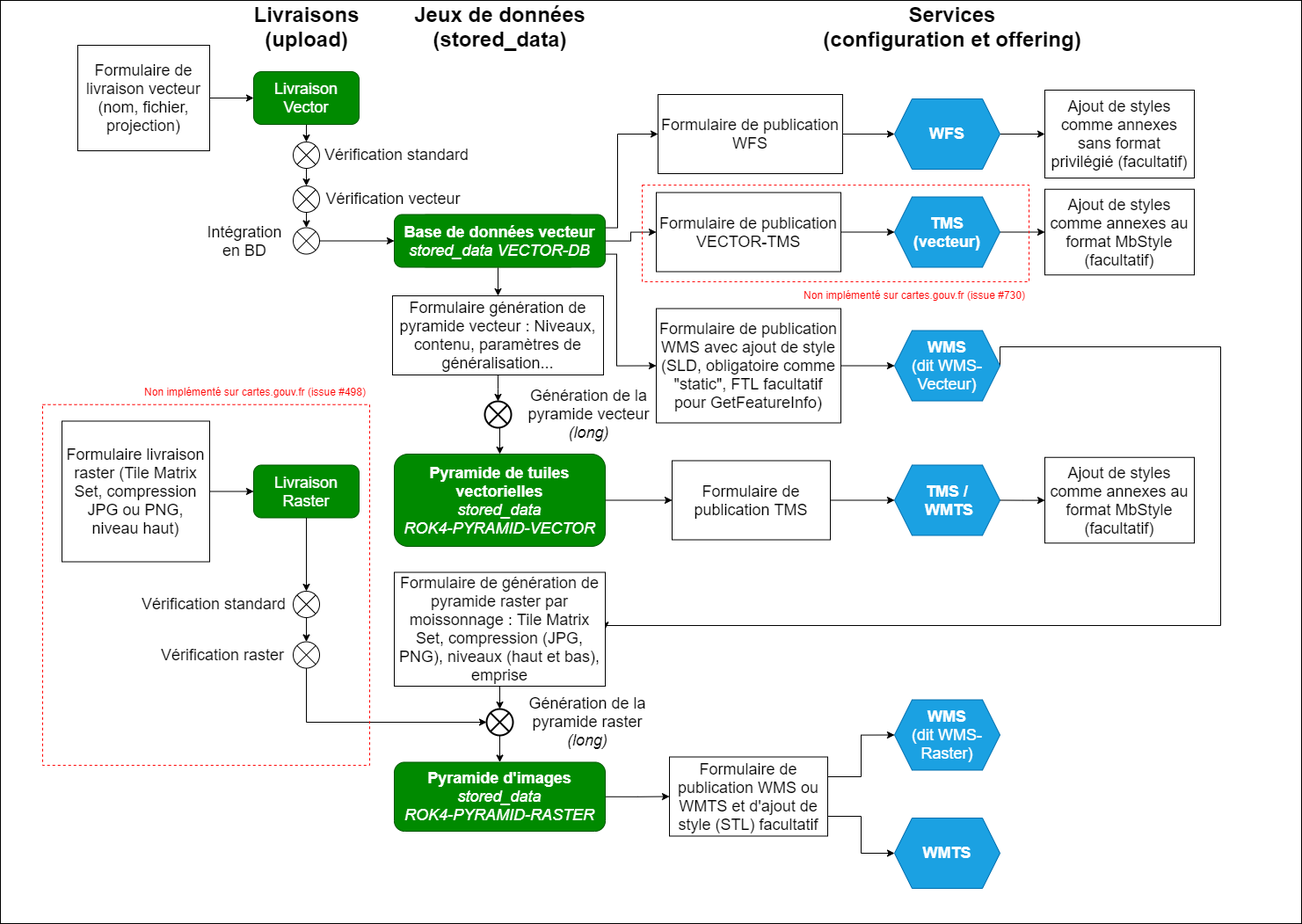
This is docs/developer/schema-diffusion-tous-types.drawio.png from IGNF/cartes.gouv.fr, a draw.io export, as it was before one commit. Source tidied: cells renumbered, new cells last; positions are measured from the earlier drawing's top-left corner, leaving out a move shared by most shapes.
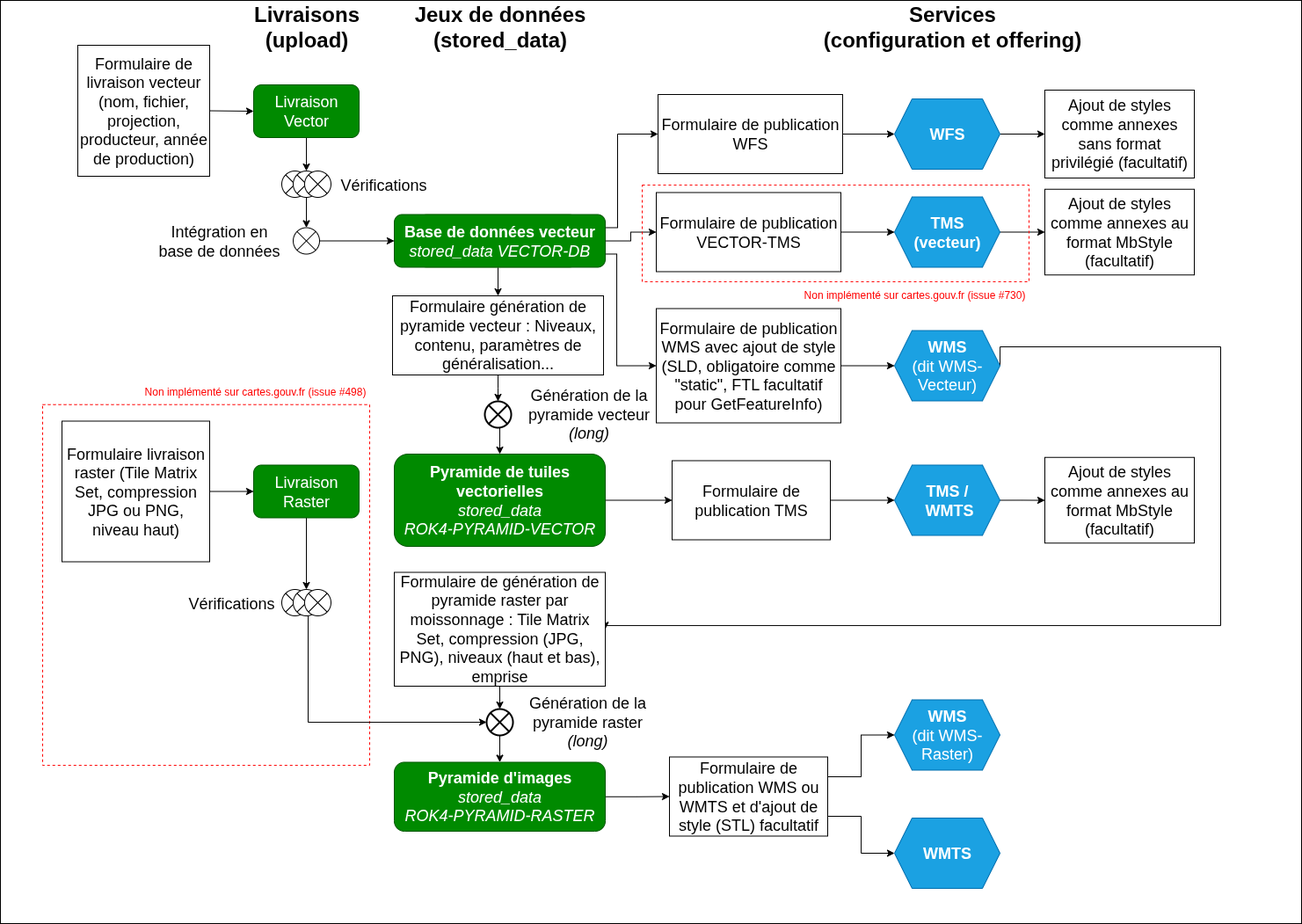
The same file after the commit.

What changed in the source:
```diff
@@ -5,41 +5,26 @@
     <mxCell id="2" style="rounded=0;whiteSpace=wrap;html=1;" parent="1" vertex="1">
       <mxGeometry width="1480" height="1050" as="geometry" />
     </mxCell>
+    <mxCell id="67" style="rounded=0;whiteSpace=wrap;html=1;fillColor=none;dashed=1;strokeColor=#FF0303;" parent="1" vertex="1">
+      <mxGeometry x="48" y="459.8" width="372" height="410.2" as="geometry" />
+    </mxCell>
+    <mxCell id="77" style="edgeStyle=orthogonalEdgeStyle;rounded=0;jettySize=auto;html=1;entryX=0.5;entryY=0;entryDx=0;entryDy=0;" parent="1" edge="1" source="3" target="83">
+      <mxGeometry relative="1" as="geometry" />
+    </mxCell>
     <mxCell id="3" value="&lt;font style=&quot;font-size: 18px&quot;&gt;Livraison&lt;br&gt;Raster&lt;/font&gt;" style="rounded=1;whiteSpace=wrap;html=1;fillColor=#008a00;strokeColor=#005700;fontColor=#ffffff;" parent="1" vertex="1">
       <mxGeometry x="288" y="528.5" width="120" height="60" as="geometry" />
     </mxCell>
-    <mxCell id="4" style="shape=sumEllipse;perimeter=ellipsePerimeter;whiteSpace=wrap;html=1;backgroundOutline=1;" parent="1" vertex="1">
-      <mxGeometry x="333" y="161" width="30" height="30" as="geometry" />
-    </mxCell>
-    <mxCell id="5" value="&lt;font style=&quot;font-size: 18px&quot;&gt;Vérification standard&lt;/font&gt;" style="text;html=1;strokeColor=none;fillColor=none;align=center;verticalAlign=middle;whiteSpace=wrap;rounded=0;" parent="1" vertex="1">
-      <mxGeometry x="361" y="161" width="180" height="30" as="geometry" />
+    <mxCell id="5" value="&lt;font style=&quot;font-size: 18px&quot;&gt;Vérifications&lt;/font&gt;" style="text;html=1;strokeColor=none;fillColor=none;align=center;verticalAlign=middle;whiteSpace=wrap;rounded=0;" parent="1" vertex="1">
+      <mxGeometry x="346" y="195" width="180" height="30" as="geometry" />
     </mxCell>
-    <mxCell id="6" style="shape=sumEllipse;perimeter=ellipsePerimeter;whiteSpace=wrap;html=1;backgroundOutline=1;" parent="1" vertex="1">
-      <mxGeometry x="333" y="211" width="30" height="30" as="geometry" />
-    </mxCell>
-    <mxCell id="7" value="&lt;font style=&quot;font-size: 18px&quot;&gt;Vérification vecteur&lt;/font&gt;" style="text;html=1;strokeColor=none;fillColor=none;align=center;verticalAlign=middle;whiteSpace=wrap;rounded=0;" parent="1" vertex="1">
-      <mxGeometry x="352" y="211" width="190" height="30" as="geometry" />
-    </mxCell>
-    <mxCell id="8" style="shape=sumEllipse;perimeter=ellipsePerimeter;whiteSpace=wrap;html=1;backgroundOutline=1;" parent="1" vertex="1">
-      <mxGeometry x="333" y="672" width="30" height="30" as="geometry" />
-    </mxCell>
-    <mxCell id="9" value="&lt;font style=&quot;font-size: 18px&quot;&gt;Vérification standard&lt;/font&gt;" style="text;html=1;strokeColor=none;fillColor=none;align=center;verticalAlign=middle;whiteSpace=wrap;rounded=0;" parent="1" vertex="1">
-      <mxGeometry x="148" y="672" width="190" height="30" as="geometry" />
+    <mxCell id="9" value="&lt;font style=&quot;font-size: 18px&quot;&gt;Vérifications&lt;/font&gt;" style="text;html=1;strokeColor=none;fillColor=none;align=center;verticalAlign=middle;whiteSpace=wrap;rounded=0;" parent="1" vertex="1">
+      <mxGeometry x="168" y="671" width="190" height="30" as="geometry" />
     </mxCell>
-    <mxCell id="10" style="edgeStyle=orthogonalEdgeStyle;rounded=0;jettySize=auto;html=1;exitX=0.5;exitY=1;exitDx=0;exitDy=0;entryX=0;entryY=0.5;entryDx=0;entryDy=0;fontSize=18;" parent="1" edge="1" source="11" target="49">
-      <mxGeometry relative="1" as="geometry" />
-    </mxCell>
-    <mxCell id="11" style="shape=sumEllipse;perimeter=ellipsePerimeter;whiteSpace=wrap;html=1;backgroundOutline=1;" parent="1" vertex="1">
-      <mxGeometry x="333" y="729.5" width="30" height="30" as="geometry" />
-    </mxCell>
-    <mxCell id="12" value="&lt;font style=&quot;font-size: 18px&quot;&gt;Vérification raster&lt;/font&gt;" style="text;html=1;strokeColor=none;fillColor=none;align=center;verticalAlign=middle;whiteSpace=wrap;rounded=0;" parent="1" vertex="1">
-      <mxGeometry x="168" y="729.5" width="170" height="30" as="geometry" />
-    </mxCell>
     <mxCell id="13" style="shape=sumEllipse;perimeter=ellipsePerimeter;whiteSpace=wrap;html=1;backgroundOutline=1;" parent="1" vertex="1">
       <mxGeometry x="333" y="258.5" width="30" height="30" as="geometry" />
     </mxCell>
-    <mxCell id="14" value="&lt;font style=&quot;font-size: 18px&quot;&gt;Intégration en BD&lt;/font&gt;" style="text;html=1;strokeColor=none;fillColor=none;align=center;verticalAlign=middle;whiteSpace=wrap;rounded=0;" parent="1" vertex="1">
-      <mxGeometry x="248" y="258.5" width="60" height="30" as="geometry" />
+    <mxCell id="14" value="&lt;font style=&quot;font-size: 18px&quot;&gt;Intégration en base de données&lt;/font&gt;" style="text;html=1;strokeColor=none;fillColor=none;align=center;verticalAlign=middle;whiteSpace=wrap;rounded=0;" parent="1" vertex="1">
+      <mxGeometry x="175" y="258.5" width="148" height="30" as="geometry" />
     </mxCell>
     <mxCell id="15" style="edgeStyle=orthogonalEdgeStyle;rounded=0;jettySize=auto;html=1;exitX=1;exitY=0.75;exitDx=0;exitDy=0;entryX=0;entryY=0.5;entryDx=0;entryDy=0;fontSize=18;" parent="1" edge="1" source="18" target="44">
       <mxGeometry relative="1" as="geometry" />
@@ -62,21 +47,12 @@
     <mxCell id="21" style="endArrow=classic;html=1;rounded=0;exitX=0.5;exitY=1;exitDx=0;exitDy=0;" parent="1" edge="1" source="63" target="4">
       <mxGeometry relative="1" as="geometry" />
     </mxCell>
-    <mxCell id="22" style="endArrow=classic;html=1;rounded=0;exitX=0.5;exitY=1;exitDx=0;exitDy=0;entryX=0.5;entryY=0;entryDx=0;entryDy=0;" parent="1" edge="1" source="4" target="6">
+    <mxCell id="22" style="endArrow=classic;html=1;rounded=0;exitX=0.5;exitY=1;exitDx=0;exitDy=0;entryX=0.5;entryY=0;entryDx=0;entryDy=0;" parent="1" edge="1" source="4" target="13">
       <mxGeometry relative="1" as="geometry" />
     </mxCell>
-    <mxCell id="23" style="endArrow=classic;html=1;rounded=0;exitX=0.5;exitY=1;exitDx=0;exitDy=0;entryX=0.5;entryY=0;entryDx=0;entryDy=0;" parent="1" edge="1" source="6" target="13">
-      <mxGeometry relative="1" as="geometry" />
-    </mxCell>
     <mxCell id="24" style="endArrow=classic;html=1;rounded=0;exitX=1;exitY=0.5;exitDx=0;exitDy=0;entryX=0;entryY=0.5;entryDx=0;entryDy=0;" parent="1" edge="1" source="13" target="65">
       <mxGeometry relative="1" as="geometry" />
     </mxCell>
-    <mxCell id="25" style="endArrow=classic;html=1;rounded=0;exitX=0.5;exitY=1;exitDx=0;exitDy=0;entryX=0.5;entryY=0;entryDx=0;entryDy=0;" parent="1" edge="1" source="3" target="8">
-      <mxGeometry relative="1" as="geometry" />
-    </mxCell>
-    <mxCell id="26" style="endArrow=classic;html=1;rounded=0;exitX=0.5;exitY=1;exitDx=0;exitDy=0;" parent="1" edge="1" source="8" target="11">
-      <mxGeometry relative="1" as="geometry" />
-    </mxCell>
     <mxCell id="27" style="edgeStyle=orthogonalEdgeStyle;rounded=0;jettySize=auto;html=1;exitX=0.5;exitY=1;exitDx=0;exitDy=0;entryX=0.5;entryY=0;entryDx=0;entryDy=0;fontSize=18;" parent="1" edge="1" source="28" target="32">
       <mxGeometry relative="1" as="geometry" />
     </mxCell>
@@ -98,8 +74,8 @@
     <mxCell id="33" style="endArrow=classic;html=1;rounded=0;exitX=1;exitY=0.5;exitDx=0;exitDy=0;entryX=0;entryY=0.5;entryDx=0;entryDy=0;" parent="1" edge="1" source="34" target="63">
       <mxGeometry relative="1" as="geometry" />
     </mxCell>
-    <mxCell id="34" value="&lt;font style=&quot;font-size: 18px&quot;&gt;Formulaire de livraison vecteur (nom, fichier, projection)&lt;/font&gt;" style="rounded=0;whiteSpace=wrap;html=1;" parent="1" vertex="1">
-      <mxGeometry x="88" y="51" width="150" height="120" as="geometry" />
+    <mxCell id="34" value="&lt;font style=&quot;font-size: 18px&quot;&gt;Formulaire de livraison vecteur (nom, fichier, projection, producteur, année de production)&lt;/font&gt;" style="rounded=0;whiteSpace=wrap;html=1;" parent="1" vertex="1">
+      <mxGeometry x="88" y="51" width="150" height="149" as="geometry" />
     </mxCell>
     <mxCell id="35" style="edgeStyle=orthogonalEdgeStyle;rounded=0;jettySize=auto;html=1;exitX=1;exitY=0.5;exitDx=0;exitDy=0;fontSize=18;" parent="1" edge="1" source="36" target="52">
       <mxGeometry relative="1" as="geometry" />
@@ -192,7 +168,7 @@
       <mxGeometry x="70" y="478.5" width="168" height="160" as="geometry" />
     </mxCell>
     <mxCell id="63" value="&lt;font style=&quot;font-size: 18px&quot;&gt;Livraison&lt;br&gt;Vector&lt;/font&gt;" style="rounded=1;whiteSpace=wrap;html=1;fillColor=#008a00;strokeColor=#005700;shadow=0;fontColor=#ffffff;" parent="1" vertex="1">
-      <mxGeometry x="288" y="81" width="120" height="60" as="geometry" />
+      <mxGeometry x="288" y="96" width="120" height="60" as="geometry" />
     </mxCell>
     <mxCell id="64" style="edgeStyle=orthogonalEdgeStyle;rounded=0;jettySize=auto;html=1;entryX=0;entryY=0.5;entryDx=0;entryDy=0;" parent="1" edge="1" source="65" target="73">
       <mxGeometry relative="1" as="geometry" />
@@ -203,9 +179,6 @@
     <mxCell id="66" value="&lt;b&gt;&lt;font style=&quot;font-size: 24px&quot;&gt;Services&lt;br&gt;(configuration et offering)&lt;br&gt;&lt;/font&gt;&lt;/b&gt;" style="text;html=1;strokeColor=none;fillColor=none;align=center;verticalAlign=middle;whiteSpace=wrap;rounded=0;" parent="1" vertex="1">
       <mxGeometry x="913" width="340" height="60" as="geometry" />
     </mxCell>
-    <mxCell id="67" style="rounded=0;whiteSpace=wrap;html=1;fillColor=none;dashed=1;strokeColor=#FF0303;" parent="1" vertex="1">
-      <mxGeometry x="48" y="459.8" width="372" height="410.2" as="geometry" />
-    </mxCell>
     <mxCell id="68" value="Non implémenté sur cartes.gouv.fr (issue #498)" style="text;html=1;strokeColor=none;fillColor=none;align=center;verticalAlign=middle;whiteSpace=wrap;rounded=0;dashed=1;fontColor=#FF0000;" parent="1" vertex="1">
       <mxGeometry x="160" y="429.8" width="260" height="30.2" as="geometry" />
     </mxCell>
@@ -233,5 +206,36 @@
     <mxCell id="76" value="Non implémenté sur cartes.gouv.fr (issue #730)" style="text;html=1;strokeColor=none;fillColor=none;align=center;verticalAlign=middle;whiteSpace=wrap;rounded=0;dashed=1;fontColor=#FF0000;" parent="1" vertex="1">
       <mxGeometry x="910" y="320" width="260" height="30.2" as="geometry" />
     </mxCell>
+    <mxCell id="78" style="group;" parent="1" vertex="1">
+      <mxGeometry x="320" y="194" width="56" height="30" as="geometry" />
+    </mxCell>
+    <mxCell id="79" style="shape=sumEllipse;perimeter=ellipsePerimeter;whiteSpace=wrap;html=1;backgroundOutline=1;" parent="78" vertex="1">
+      <mxGeometry width="30" height="30" as="geometry" />
+    </mxCell>
+    <mxCell id="4" style="shape=sumEllipse;perimeter=ellipsePerimeter;whiteSpace=wrap;html=1;backgroundOutline=1;" parent="78" vertex="1">
+      <mxGeometry x="13" width="30" height="30" as="geometry" />
+    </mxCell>
+    <mxCell id="80" style="shape=sumEllipse;perimeter=ellipsePerimeter;whiteSpace=wrap;html=1;backgroundOutline=1;" parent="78" vertex="1">
+      <mxGeometry x="26" width="30" height="30" as="geometry" />
+    </mxCell>
+    <mxCell id="81" style="group;" parent="1" vertex="1">
+      <mxGeometry x="320" y="670" width="56" height="30" as="geometry" />
+    </mxCell>
+    <mxCell id="82" style="shape=sumEllipse;perimeter=ellipsePerimeter;whiteSpace=wrap;html=1;backgroundOutline=1;" parent="81" vertex="1">
+      <mxGeometry width="30" height="30" as="geometry" />
+    </mxCell>
+    <mxCell id="83" style="shape=sumEllipse;perimeter=ellipsePerimeter;whiteSpace=wrap;html=1;backgroundOutline=1;" parent="81" vertex="1">
+      <mxGeometry x="13" width="30" height="30" as="geometry" />
+    </mxCell>
+    <mxCell id="84" style="shape=sumEllipse;perimeter=ellipsePerimeter;whiteSpace=wrap;html=1;backgroundOutline=1;" parent="81" vertex="1">
+      <mxGeometry x="26" width="30" height="30" as="geometry" />
+    </mxCell>
+    <mxCell id="85" style="edgeStyle=orthogonalEdgeStyle;rounded=0;jettySize=auto;html=1;entryX=0;entryY=0.5;entryDx=0;entryDy=0;" parent="1" edge="1" source="83" target="49">
+      <mxGeometry relative="1" as="geometry">
+        <Array as="points">
+          <mxPoint x="350" y="821" />
+        </Array>
+      </mxGeometry>
+    </mxCell>
   </root>
 </mxGraphModel>
```
